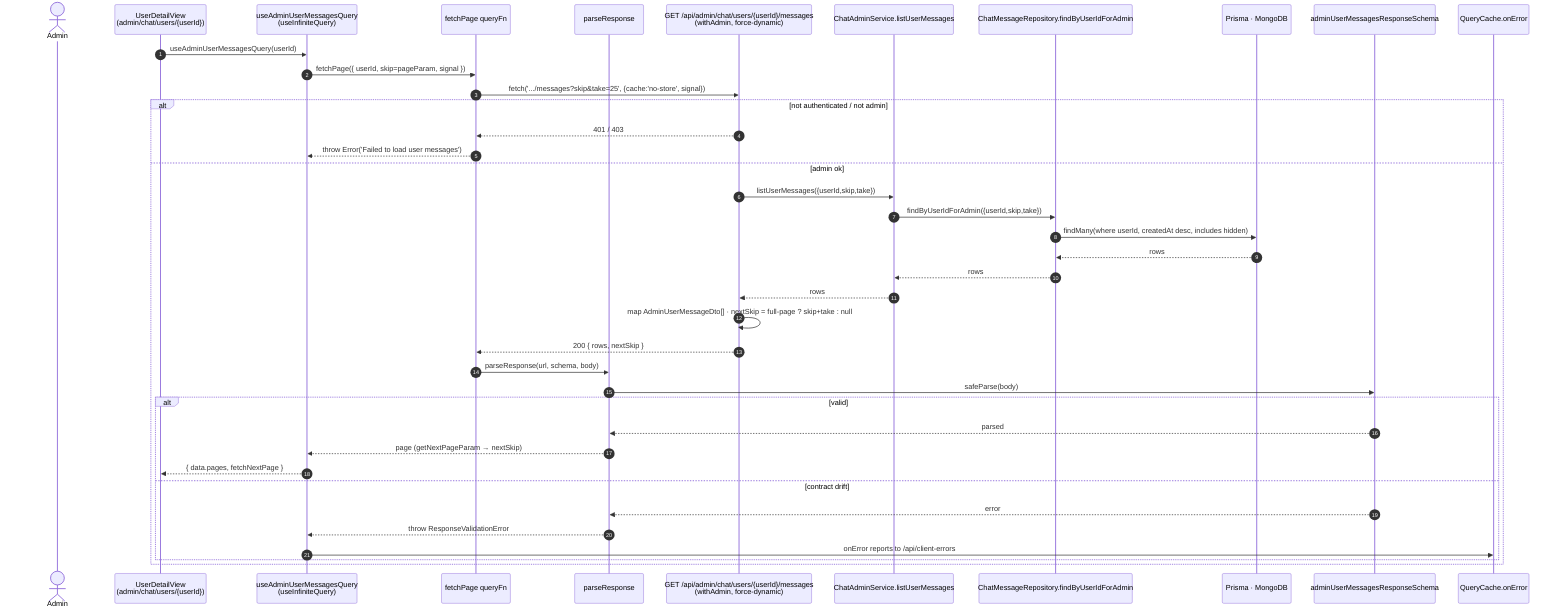
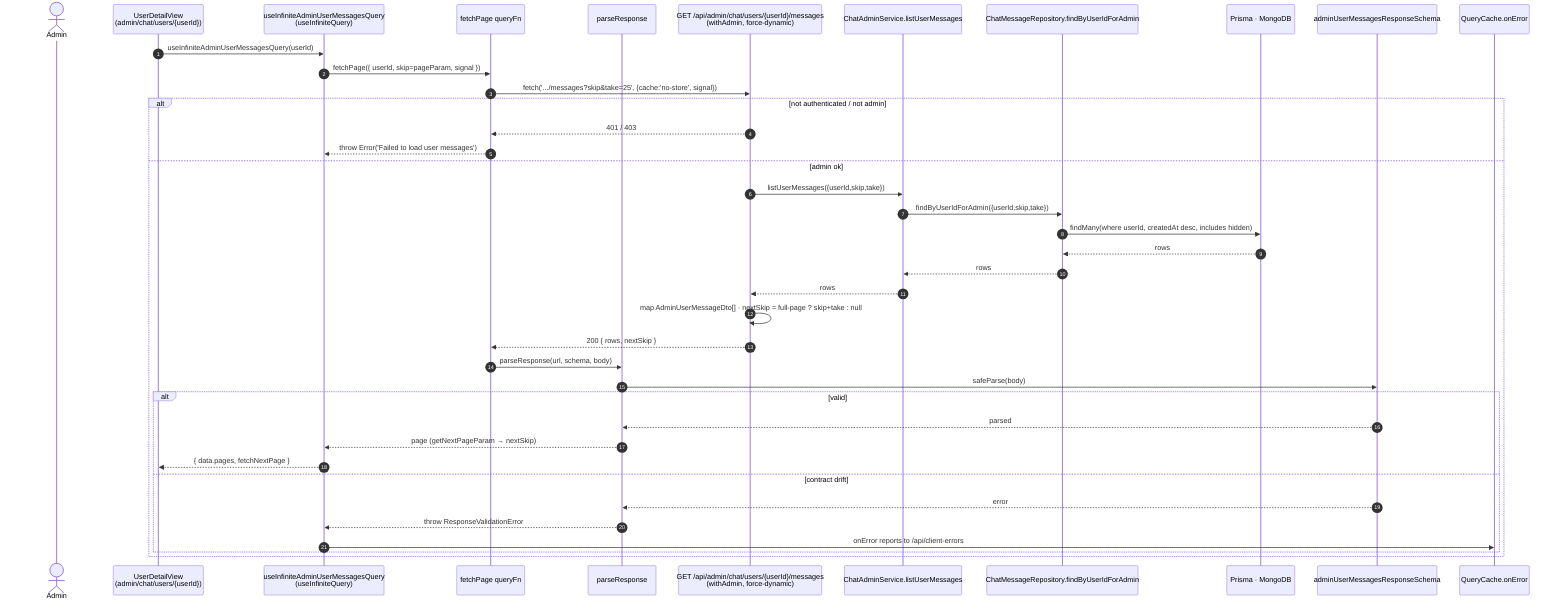
- %% useAdminUserMessagesQuery — per-user message history (infinite, validated, no-store)
+ %% useInfiniteAdminUserMessagesQuery — per-user message history (infinite, validated, no-store)
sequenceDiagram
    autonumber
    actor A as Admin
    participant C as UserDetailView<br/>(admin/chat/users/{userId})
-     participant H as useAdminUserMessagesQuery<br/>(useInfiniteQuery)
+     participant H as useInfiniteAdminUserMessagesQuery<br/>(useInfiniteQuery)
    participant Q as fetchPage queryFn
    participant P as parseResponse
    participant R as GET /api/admin/chat/users/{userId}/messages<br/>(withAdmin, force-dynamic)
    participant SV as ChatAdminService.listUserMessages
    participant SR as ChatMessageRepository.findByUserIdForAdmin
    participant DB as Prisma · MongoDB
    participant V as adminUserMessagesResponseSchema
    participant RC as QueryCache.onError
-     C->>H: useAdminUserMessagesQuery(userId)
+     C->>H: useInfiniteAdminUserMessagesQuery(userId)
    H->>Q: fetchPage({ userId, skip=pageParam, signal })
    Q->>R: fetch('.../messages?skip&take=25', {cache:'no-store', signal})
    alt not authenticated / not admin
        R-->>Q: 401 / 403
        Q-->>H: throw Error('Failed to load user messages')
    else admin ok
        R->>SV: listUserMessages({userId,skip,take})
        SV->>SR: findByUserIdForAdmin({userId,skip,take})
        SR->>DB: findMany(where userId, createdAt desc, includes hidden)
        DB-->>SR: rows
        SR-->>SV: rows
        SV-->>R: rows
        R->>R: map AdminUserMessageDto[] · nextSkip = full-page ? skip+take : null
        R-->>Q: 200 { rows, nextSkip }
        Q->>P: parseResponse(url, schema, body)
        P->>V: safeParse(body)
        alt valid
            V-->>P: parsed
            P-->>H: page (getNextPageParam → nextSkip)
            H-->>C: { data.pages, fetchNextPage }
        else contract drift
            V-->>P: error
            P-->>H: throw ResponseValidationError
            H->>RC: onError reports to /api/client-errors
        end
    end
